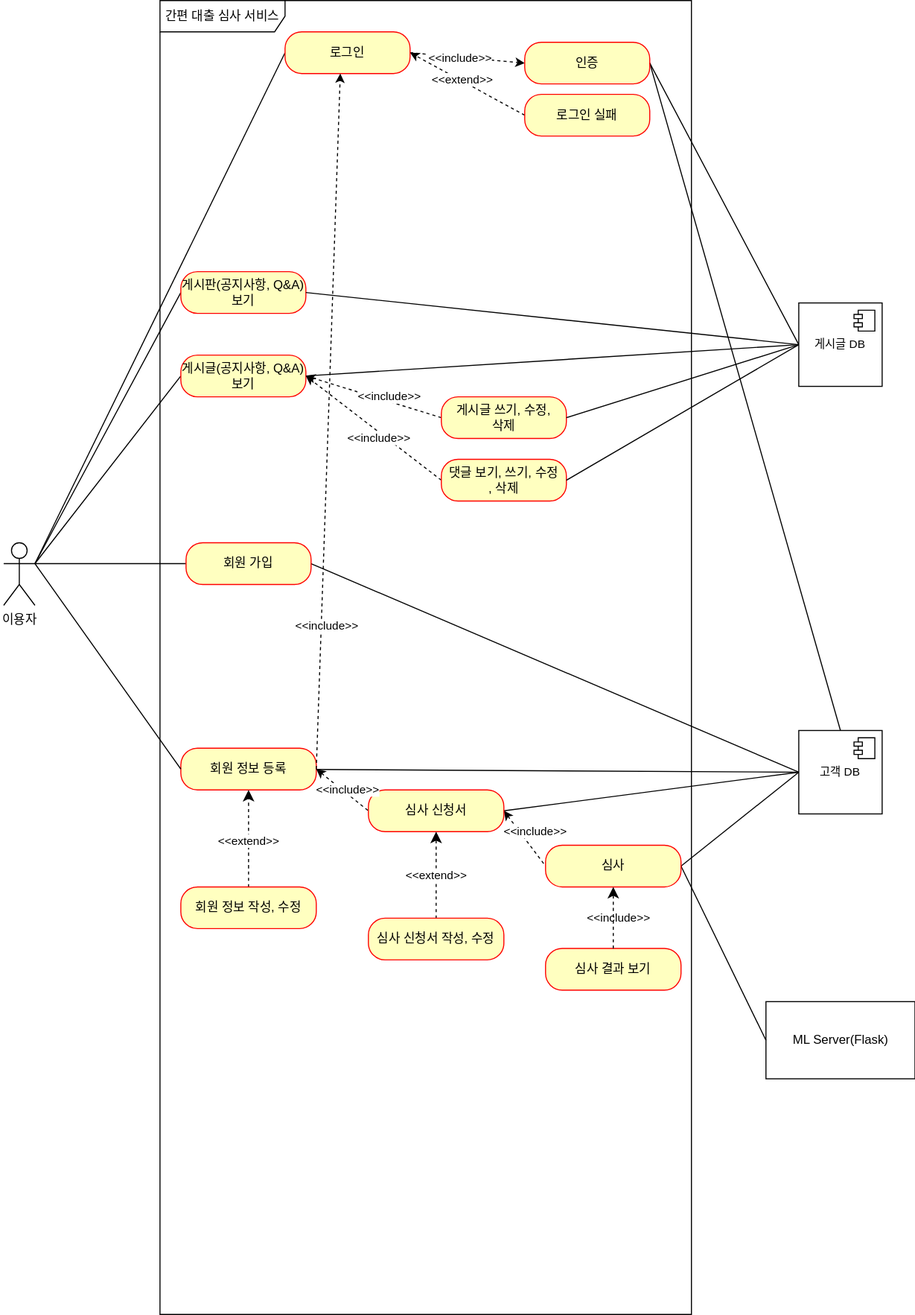
The draw.io diagram document/할부금융 usecase.drawio.svg in MasterOfAglioEolio/auto-loan-project, before a commit. Source tidied: cells renumbered, new cells last; positions are measured from the earlier drawing's top-left corner, leaving out a move shared by most shapes.
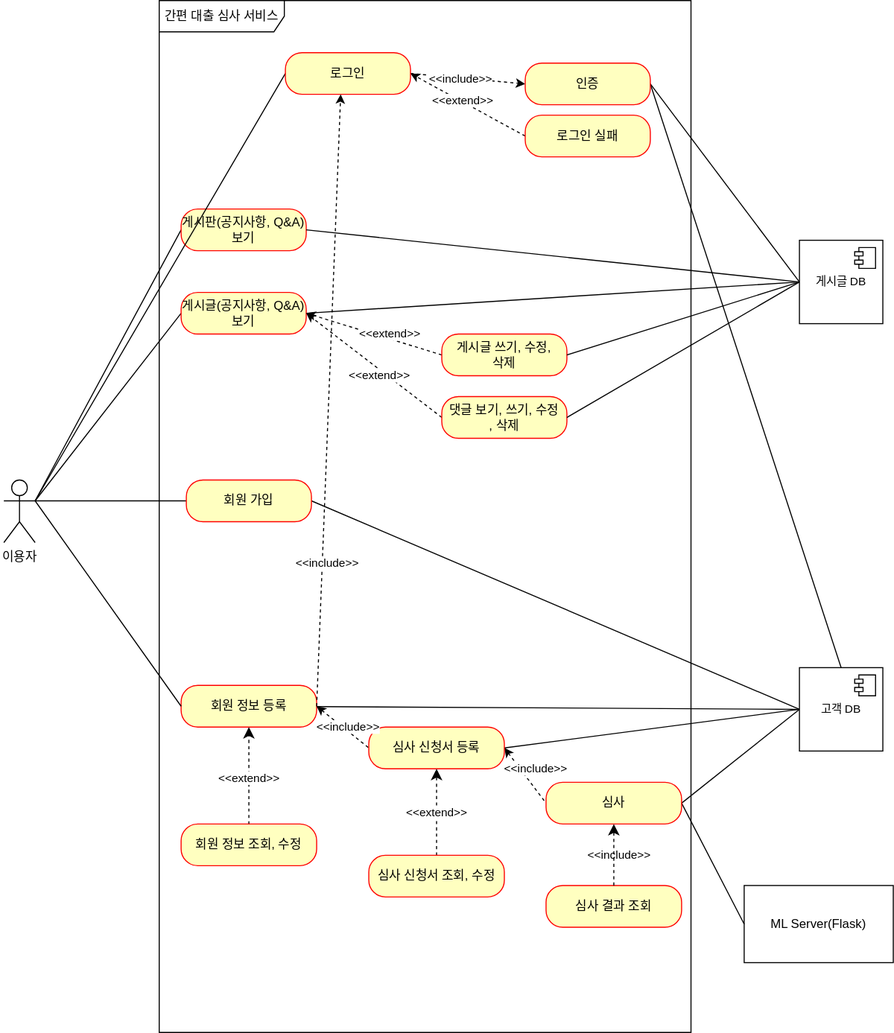
The same file after the commit.

Commit message:
할부금융 usecase.drawio.svg 업데이트

Diff of the diagram source:
```diff
@@ -3,7 +3,7 @@
     <mxCell id="0" />
     <mxCell id="1" parent="0" />
     <mxCell id="2" value="ML Server(Flask)" style="html=1;whiteSpace=wrap;" parent="1" vertex="1">
-      <mxGeometry x="731.5" y="960" width="143" height="74" as="geometry" />
+      <mxGeometry x="710" y="909" width="143" height="74" as="geometry" />
     </mxCell>
     <mxCell id="3" style="edgeStyle=none;shape=connector;rounded=0;jettySize=auto;html=1;exitX=0;exitY=0.5;exitDx=0;exitDy=0;entryX=1;entryY=0.5;entryDx=0;entryDy=0;labelBackgroundColor=default;strokeColor=default;fontFamily=Helvetica;fontSize=11;fontColor=default;endArrow=none;endFill=0;" parent="1" edge="1" source="30" target="12">
       <mxGeometry relative="1" as="geometry" />
@@ -21,7 +21,7 @@
       <mxGeometry y="520" width="30" height="60" as="geometry" />
     </mxCell>
     <mxCell id="8" value="간편 대출 심사 서비스" style="shape=umlFrame;whiteSpace=wrap;html=1;width=120;height=30;" parent="1" vertex="1">
-      <mxGeometry x="150" width="510" height="1260" as="geometry" />
+      <mxGeometry x="149" y="60" width="510" height="990" as="geometry" />
     </mxCell>
     <mxCell id="9" style="edgeStyle=none;curved=1;rounded=0;jettySize=auto;html=1;exitX=1;exitY=0.5;exitDx=0;exitDy=0;entryX=0;entryY=0.5;entryDx=0;entryDy=0;fontSize=12;startSize=8;endSize=8;endArrow=none;endFill=0;" parent="1" edge="1" source="10" target="38">
       <mxGeometry relative="1" as="geometry" />
@@ -51,7 +51,7 @@
       <mxGeometry x="0.12" y="-1" relative="1" as="geometry" />
     </mxCell>
     <mxCell id="18" value="로그인" style="rounded=1;whiteSpace=wrap;html=1;arcSize=40;fontColor=#000000;fillColor=#ffffc0;strokeColor=#ff0000;" parent="1" vertex="1">
-      <mxGeometry x="270" y="30" width="120" height="40" as="geometry" />
+      <mxGeometry x="270" y="110" width="120" height="40" as="geometry" />
     </mxCell>
     <mxCell id="19" style="edgeStyle=none;shape=connector;rounded=0;jettySize=auto;html=1;exitX=1;exitY=0.5;exitDx=0;exitDy=0;entryX=0;entryY=0.5;entryDx=0;entryDy=0;labelBackgroundColor=default;strokeColor=default;fontFamily=Helvetica;fontSize=11;fontColor=default;endArrow=none;endFill=0;" parent="1" edge="1" source="21" target="30">
       <mxGeometry relative="1" as="geometry" />
@@ -60,10 +60,10 @@
       <mxGeometry relative="1" as="geometry" />
     </mxCell>
     <mxCell id="21" value="인증" style="rounded=1;whiteSpace=wrap;html=1;arcSize=40;fontColor=#000000;fillColor=#ffffc0;strokeColor=#ff0000;" parent="1" vertex="1">
-      <mxGeometry x="500" y="40" width="120" height="40" as="geometry" />
+      <mxGeometry x="500" y="120" width="120" height="40" as="geometry" />
     </mxCell>
     <mxCell id="22" value="로그인 실패" style="rounded=1;whiteSpace=wrap;html=1;arcSize=40;fontColor=#000000;fillColor=#ffffc0;strokeColor=#ff0000;" parent="1" vertex="1">
-      <mxGeometry x="500" y="90" width="120" height="40" as="geometry" />
+      <mxGeometry x="500" y="170" width="120" height="40" as="geometry" />
     </mxCell>
     <mxCell id="23" style="edgeStyle=none;shape=connector;rounded=0;jettySize=auto;html=1;exitX=0;exitY=0.5;exitDx=0;exitDy=0;entryX=1;entryY=0.5;entryDx=0;entryDy=0;dashed=1;labelBackgroundColor=default;strokeColor=default;fontFamily=Helvetica;fontSize=11;fontColor=default;endArrow=classic;endFill=1;" parent="1" edge="1" source="24" target="12">
       <mxGeometry relative="1" as="geometry" />
@@ -128,19 +128,19 @@
     <mxCell id="41" style="endArrow=none;html=1;rounded=0;exitX=1;exitY=0.5;exitDx=0;exitDy=0;entryX=0;entryY=0.5;entryDx=0;entryDy=0;endFill=0;startArrow=classic;startFill=1;dashed=1;" parent="1" edge="1" source="32" target="42">
       <mxGeometry relative="1" as="geometry" />
     </mxCell>
-    <mxCell id="42" value="심사 신청서" style="rounded=1;whiteSpace=wrap;html=1;arcSize=40;fontColor=#000000;fillColor=#ffffc0;strokeColor=#ff0000;" parent="1" vertex="1">
+    <mxCell id="42" value="심사 신청서 등록" style="rounded=1;whiteSpace=wrap;html=1;arcSize=40;fontColor=#000000;fillColor=#ffffc0;strokeColor=#ff0000;" parent="1" vertex="1">
       <mxGeometry x="350" y="757" width="130" height="40" as="geometry" />
     </mxCell>
     <mxCell id="43" style="edgeStyle=none;curved=1;rounded=0;jettySize=auto;html=1;exitX=0.5;exitY=0;exitDx=0;exitDy=0;entryX=0.5;entryY=1;entryDx=0;entryDy=0;fontSize=12;startSize=8;endSize=8;dashed=1;" parent="1" edge="1" source="44" target="42">
       <mxGeometry relative="1" as="geometry" />
     </mxCell>
-    <mxCell id="44" value="심사 신청서 작성, 수정" style="rounded=1;whiteSpace=wrap;html=1;arcSize=40;fontColor=#000000;fillColor=#ffffc0;strokeColor=#ff0000;" parent="1" vertex="1">
+    <mxCell id="44" value="심사 신청서 조회, 수정" style="rounded=1;whiteSpace=wrap;html=1;arcSize=40;fontColor=#000000;fillColor=#ffffc0;strokeColor=#ff0000;" parent="1" vertex="1">
       <mxGeometry x="350" y="880" width="130" height="40" as="geometry" />
     </mxCell>
     <mxCell id="45" style="edgeStyle=none;curved=1;rounded=0;jettySize=auto;html=1;exitX=0.5;exitY=0;exitDx=0;exitDy=0;entryX=0.5;entryY=1;entryDx=0;entryDy=0;fontSize=12;startSize=8;endSize=8;dashed=1;" parent="1" edge="1" source="46" target="32">
       <mxGeometry relative="1" as="geometry" />
     </mxCell>
-    <mxCell id="46" value="회원 정보 작성, 수정" style="rounded=1;whiteSpace=wrap;html=1;arcSize=40;fontColor=#000000;fillColor=#ffffc0;strokeColor=#ff0000;" parent="1" vertex="1">
+    <mxCell id="46" value="회원 정보 조회, 수정" style="rounded=1;whiteSpace=wrap;html=1;arcSize=40;fontColor=#000000;fillColor=#ffffc0;strokeColor=#ff0000;" parent="1" vertex="1">
       <mxGeometry x="170" y="850" width="130" height="40" as="geometry" />
     </mxCell>
     <mxCell id="47" style="edgeStyle=none;curved=1;rounded=0;jettySize=auto;html=1;exitX=1;exitY=0.5;exitDx=0;exitDy=0;entryX=0;entryY=0.5;entryDx=0;entryDy=0;fontSize=12;startSize=8;endSize=8;endArrow=none;endFill=0;" parent="1" edge="1" source="48" target="2">
@@ -152,7 +152,7 @@
     <mxCell id="49" value="&amp;lt;&amp;lt;include&amp;gt;&amp;gt;" style="edgeLabel;html=1;align=center;verticalAlign=middle;fontSize=11;fontFamily=Helvetica;fontColor=default;" parent="1" vertex="1">
       <mxGeometry x="590" y="880" as="geometry" />
     </mxCell>
-    <mxCell id="50" value="심사 결과 보기" style="rounded=1;whiteSpace=wrap;html=1;arcSize=40;fontColor=#000000;fillColor=#ffffc0;strokeColor=#ff0000;" parent="1" vertex="1">
+    <mxCell id="50" value="심사 결과 조회" style="rounded=1;whiteSpace=wrap;html=1;arcSize=40;fontColor=#000000;fillColor=#ffffc0;strokeColor=#ff0000;" parent="1" vertex="1">
       <mxGeometry x="520" y="909" width="130" height="40" as="geometry" />
     </mxCell>
     <mxCell id="51" style="edgeStyle=none;curved=1;rounded=0;jettySize=auto;html=1;exitX=0.5;exitY=0;exitDx=0;exitDy=0;entryX=0.5;entryY=1;entryDx=0;entryDy=0;fontSize=12;startSize=8;endSize=8;dashed=1;" parent="1" edge="1" source="50" target="48">
@@ -177,10 +177,10 @@
     <mxCell id="56" value="&amp;lt;&amp;lt;include&amp;gt;&amp;gt;" style="edgeLabel;html=1;align=center;verticalAlign=middle;fontSize=11;fontFamily=Helvetica;fontColor=default;" parent="1" vertex="1">
       <mxGeometry x="310" y="600" as="geometry" />
     </mxCell>
-    <mxCell id="57" value="&amp;lt;&amp;lt;include&amp;gt;&amp;gt;" style="edgeLabel;html=1;align=center;verticalAlign=middle;fontSize=11;fontFamily=Helvetica;fontColor=default;" parent="1" vertex="1">
+    <mxCell id="57" value="&amp;lt;&amp;lt;extend&amp;gt;&amp;gt;" style="edgeLabel;html=1;align=center;verticalAlign=middle;fontSize=11;fontFamily=Helvetica;fontColor=default;" parent="1" vertex="1">
       <mxGeometry x="370" y="380" as="geometry" />
     </mxCell>
-    <mxCell id="58" value="&amp;lt;&amp;lt;include&amp;gt;&amp;gt;" style="edgeLabel;html=1;align=center;verticalAlign=middle;fontSize=11;fontFamily=Helvetica;fontColor=default;" parent="1" vertex="1">
+    <mxCell id="58" value="&amp;lt;&amp;lt;extend&amp;gt;&amp;gt;" style="edgeLabel;html=1;align=center;verticalAlign=middle;fontSize=11;fontFamily=Helvetica;fontColor=default;" parent="1" vertex="1">
       <mxGeometry x="360" y="420" as="geometry" />
     </mxCell>
   </root>
```
